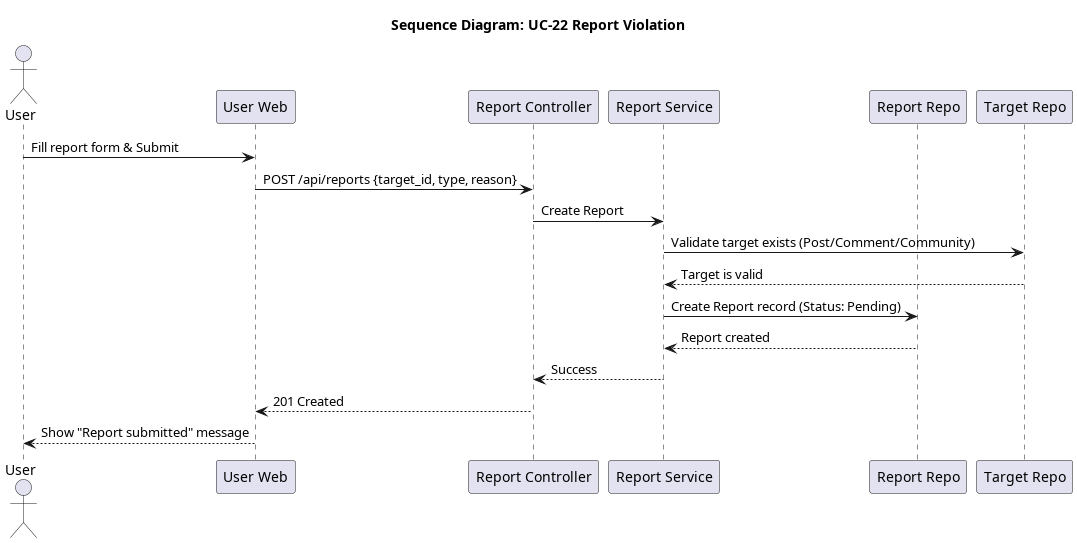
Earlier version of the PlantUML export docs/srs_add/SAD/diagrams/seq_22_report_violation.png (giakiet05/lkforum-new).
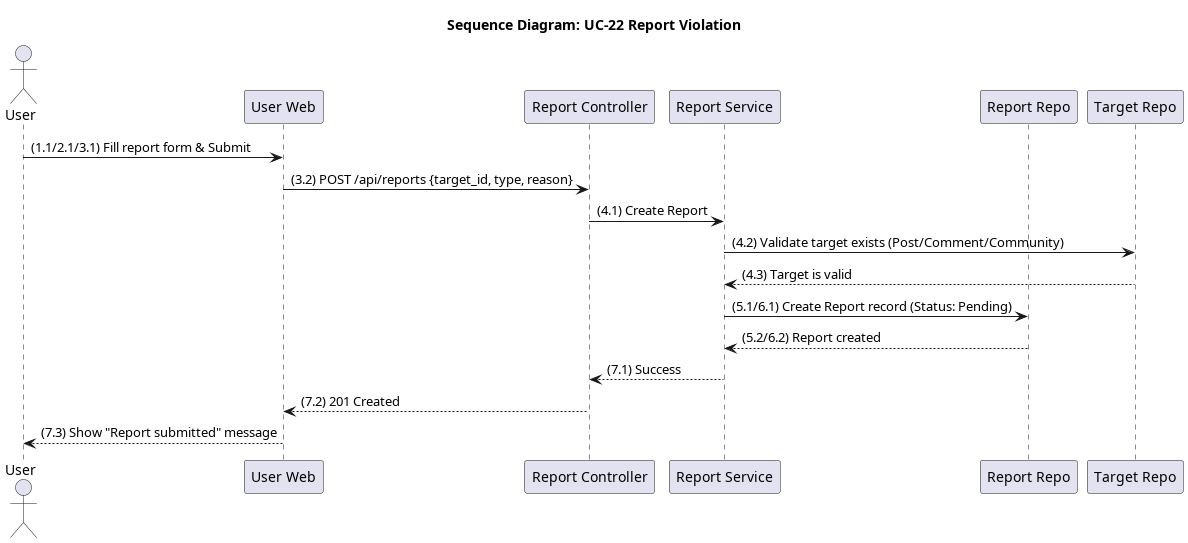
After the change.

Diff of the diagram source:
```diff
@@ -8,15 +8,15 @@
 participant "Report Repo" as Repo
 participant "Target Repo" as TargetRepo
 
-User -> Frontend: Fill report form & Submit
-Frontend -> Controller: POST /api/reports {target_id, type, reason}
-Controller -> Service: Create Report
-Service -> TargetRepo: Validate target exists (Post/Comment/Community)
-TargetRepo --> Service: Target is valid
+User -> Frontend: (1.1/2.1/3.1) Fill report form & Submit
+Frontend -> Controller: (3.2) POST /api/reports {target_id, type, reason}
+Controller -> Service: (4.1) Create Report
+Service -> TargetRepo: (4.2) Validate target exists (Post/Comment/Community)
+TargetRepo --> Service: (4.3) Target is valid
 
-Service -> Repo: Create Report record (Status: Pending)
-Repo --> Service: Report created
-Service --> Controller: Success
-Controller --> Frontend: 201 Created
-Frontend --> User: Show "Report submitted" message
+Service -> Repo: (5.1/6.1) Create Report record (Status: Pending)
+Repo --> Service: (5.2/6.2) Report created
+Service --> Controller: (7.1) Success
+Controller --> Frontend: (7.2) 201 Created
+Frontend --> User: (7.3) Show "Report submitted" message
 @enduml
```
